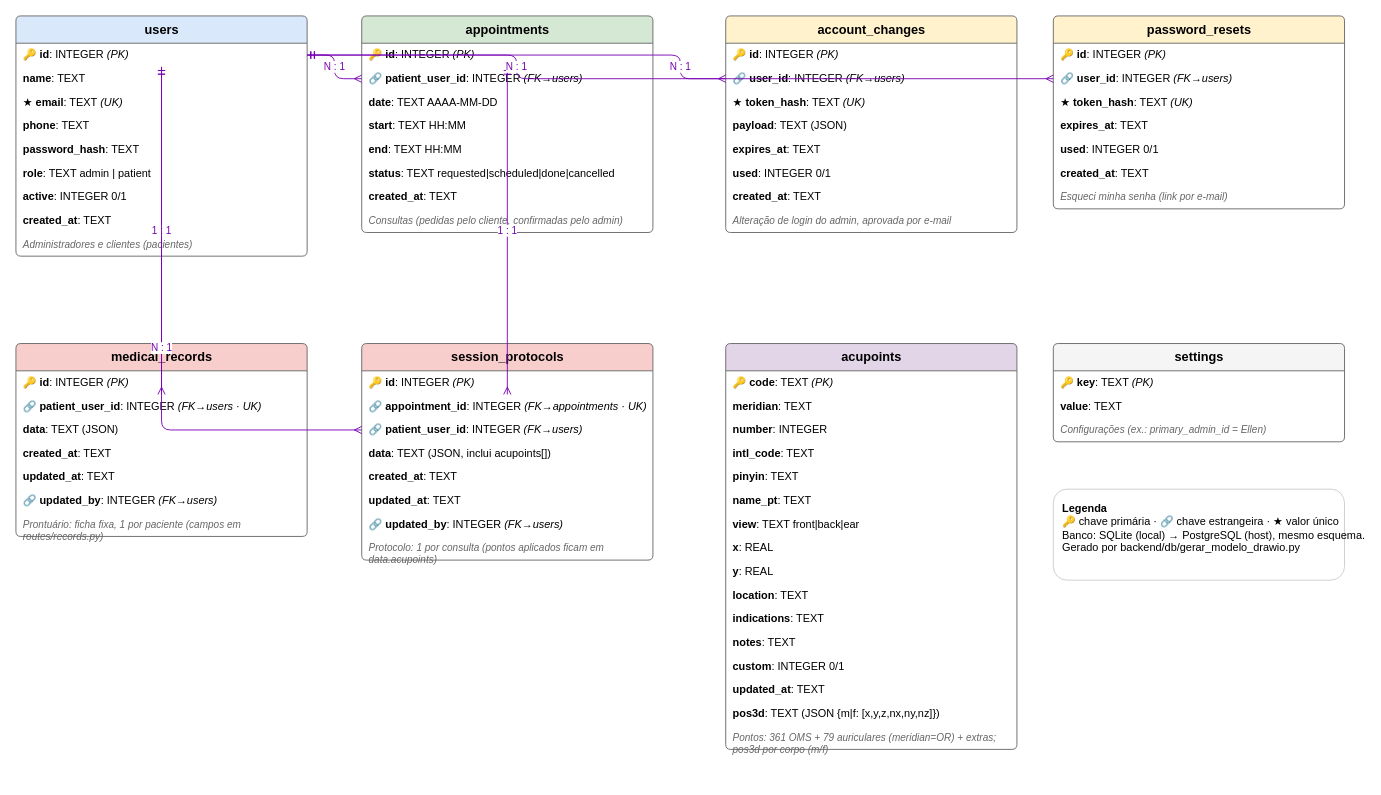
FelipeRobinson/ajnaterapias keeps this draw.io diagram as page "Banco de dados" (1 of 2) of backend/db/model.drawio. Above is the earlier version. Source tidied: cells renumbered, new cells numbered last; positions are measured from the earlier drawing's top-left corner, leaving out a move shared by most shapes. Both pictures are drawn from the tidied source at 91%, with x=0, y=0 at pixel (15, 15).
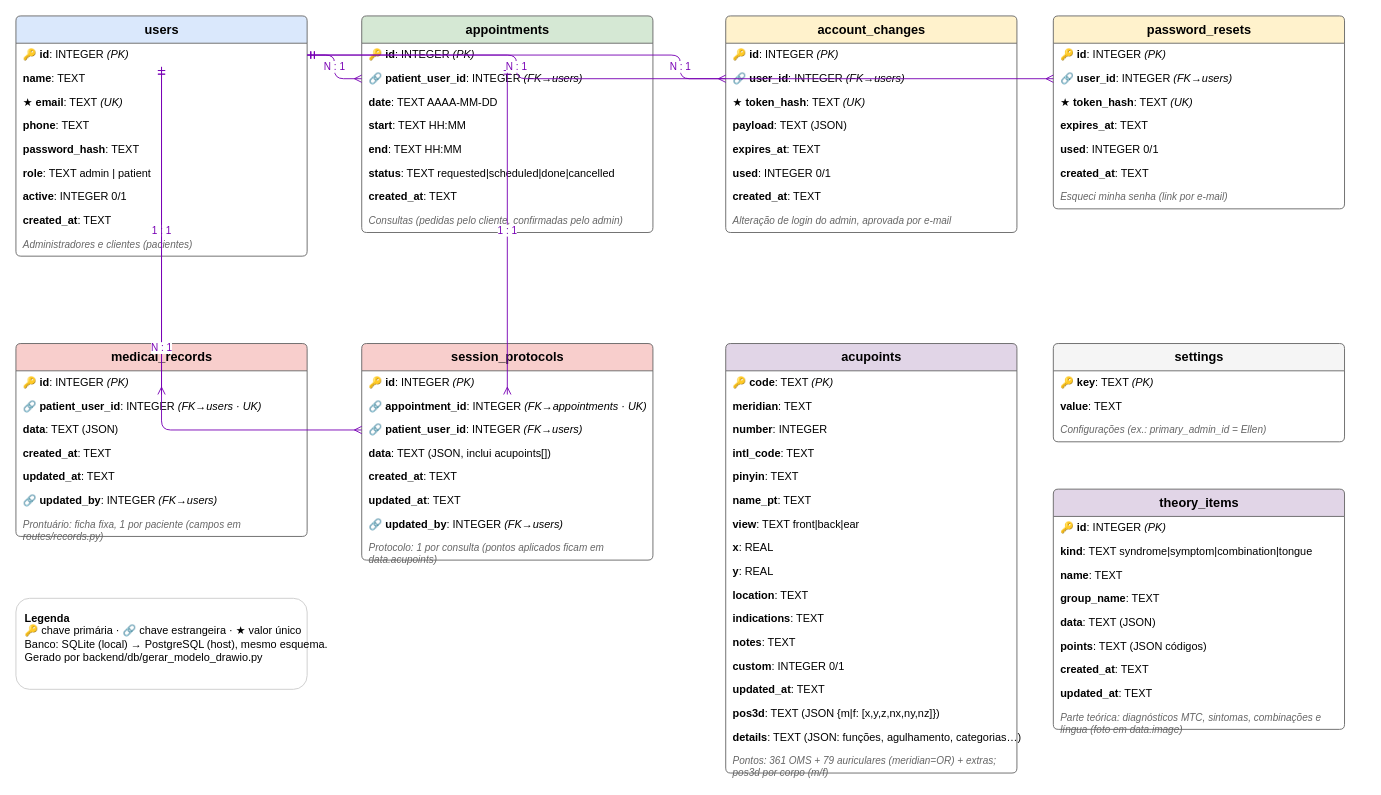
Above is the later version.

What changed in the source:
```diff
@@
     <mxCell id="38" value="&lt;b&gt;acupoints&lt;/b&gt;" style="swimlane;fontStyle=0;horizontal=1;startSize=30;html=1;fillColor=#e1d5e7;strokeColor=#666666;rounded=1;arcSize=6;fontSize=14;" parent="1" vertex="1">
-      <mxGeometry x="780" y="360" width="320" height="446" as="geometry" />
+      <mxGeometry x="780" y="360" width="320" height="472" as="geometry" />
     </mxCell>
@@
+    <mxCell id="83" value="&lt;b&gt;details&lt;/b&gt;: TEXT (JSON: funções, agulhamento, categorias…)" style="text;strokeColor=none;fillColor=none;align=left;verticalAlign=middle;spacingLeft=6;html=1;fontSize=12;" parent="38" vertex="1">
+      <mxGeometry y="420" width="320" height="26" as="geometry" />
+    </mxCell>
     <mxCell id="54" value="&lt;i&gt;Pontos: 361 OMS + 79 auriculares (meridian=OR) + extras; pos3d por corpo (m/f)&lt;/i&gt;" style="text;html=1;fontSize=11;fontColor=#666666;align=left;spacingLeft=6;whiteSpace=wrap;" parent="38" vertex="1">
-      <mxGeometry y="420" width="320" height="30" as="geometry" />
+      <mxGeometry y="446" width="320" height="30" as="geometry" />
     </mxCell>
@@
+    <mxCell id="84" value="&lt;b&gt;theory_items&lt;/b&gt;" style="swimlane;fontStyle=0;horizontal=1;startSize=30;html=1;fillColor=#e1d5e7;strokeColor=#666666;rounded=1;arcSize=6;fontSize=14;" parent="1" vertex="1">
+      <mxGeometry x="1140" y="520" width="320" height="264" as="geometry" />
+    </mxCell>
+    <mxCell id="85" value="🔑 &lt;b&gt;id&lt;/b&gt;: INTEGER &lt;i&gt;(PK)&lt;/i&gt;" style="text;strokeColor=none;fillColor=none;align=left;verticalAlign=middle;spacingLeft=6;html=1;fontSize=12;" parent="84" vertex="1">
+      <mxGeometry y="30" width="320" height="26" as="geometry" />
+    </mxCell>
+    <mxCell id="86" value="&lt;b&gt;kind&lt;/b&gt;: TEXT syndrome|symptom|combination|tongue" style="text;strokeColor=none;fillColor=none;align=left;verticalAlign=middle;spacingLeft=6;html=1;fontSize=12;" parent="84" vertex="1">
+      <mxGeometry y="56" width="320" height="26" as="geometry" />
+    </mxCell>
+    <mxCell id="87" value="&lt;b&gt;name&lt;/b&gt;: TEXT" style="text;strokeColor=none;fillColor=none;align=left;verticalAlign=middle;spacingLeft=6;html=1;fontSize=12;" parent="84" vertex="1">
+      <mxGeometry y="82" width="320" height="26" as="geometry" />
+    </mxCell>
+    <mxCell id="88" value="&lt;b&gt;group_name&lt;/b&gt;: TEXT" style="text;strokeColor=none;fillColor=none;align=left;verticalAlign=middle;spacingLeft=6;html=1;fontSize=12;" parent="84" vertex="1">
+      <mxGeometry y="108" width="320" height="26" as="geometry" />
+    </mxCell>
+    <mxCell id="89" value="&lt;b&gt;data&lt;/b&gt;: TEXT (JSON)" style="text;strokeColor=none;fillColor=none;align=left;verticalAlign=middle;spacingLeft=6;html=1;fontSize=12;" parent="84" vertex="1">
+      <mxGeometry y="134" width="320" height="26" as="geometry" />
+    </mxCell>
+    <mxCell id="90" value="&lt;b&gt;points&lt;/b&gt;: TEXT (JSON códigos)" style="text;strokeColor=none;fillColor=none;align=left;verticalAlign=middle;spacingLeft=6;html=1;fontSize=12;" parent="84" vertex="1">
+      <mxGeometry y="160" width="320" height="26" as="geometry" />
+    </mxCell>
+    <mxCell id="91" value="&lt;b&gt;created_at&lt;/b&gt;: TEXT" style="text;strokeColor=none;fillColor=none;align=left;verticalAlign=middle;spacingLeft=6;html=1;fontSize=12;" parent="84" vertex="1">
+      <mxGeometry y="186" width="320" height="26" as="geometry" />
+    </mxCell>
+    <mxCell id="92" value="&lt;b&gt;updated_at&lt;/b&gt;: TEXT" style="text;strokeColor=none;fillColor=none;align=left;verticalAlign=middle;spacingLeft=6;html=1;fontSize=12;" parent="84" vertex="1">
+      <mxGeometry y="212" width="320" height="26" as="geometry" />
+    </mxCell>
+    <mxCell id="93" value="&lt;i&gt;Parte teórica: diagnósticos MTC, sintomas, combinações e língua (foto em data.image)&lt;/i&gt;" style="text;html=1;fontSize=11;fontColor=#666666;align=left;spacingLeft=6;whiteSpace=wrap;" parent="84" vertex="1">
+      <mxGeometry y="238" width="320" height="30" as="geometry" />
+    </mxCell>
@@
     <mxCell id="82" value="&lt;b&gt;Legenda&lt;/b&gt;&lt;br&gt;🔑 chave primária · 🔗 chave estrangeira · ★ valor único&lt;br&gt;Banco: SQLite (local) → PostgreSQL (host), mesmo esquema.&lt;br&gt;Gerado por backend/db/gerar_modelo_drawio.py" style="text;html=1;align=left;verticalAlign=top;fillColor=#ffffff;strokeColor=#cccccc;rounded=1;spacing=10;fontSize=12;" parent="1" vertex="1">
-      <mxGeometry x="1140" y="520" width="320" height="100" as="geometry" />
+      <mxGeometry y="640" width="320" height="100" as="geometry" />
     </mxCell>
```
